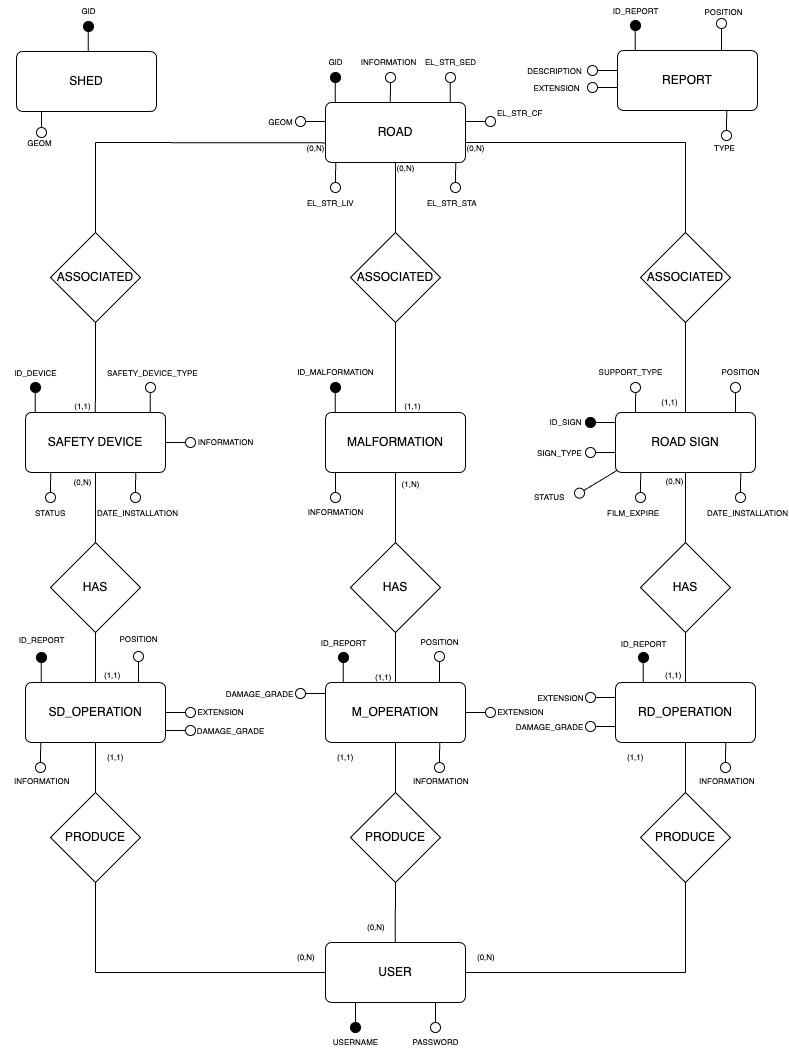
gianlucarossi15/GIS keeps this draw.io diagram as latex/images/ER.png. Above is the earlier version. Source tidied: cells renumbered, new cells last; positions are measured from the earlier drawing's top-left corner, leaving out a move shared by most shapes.
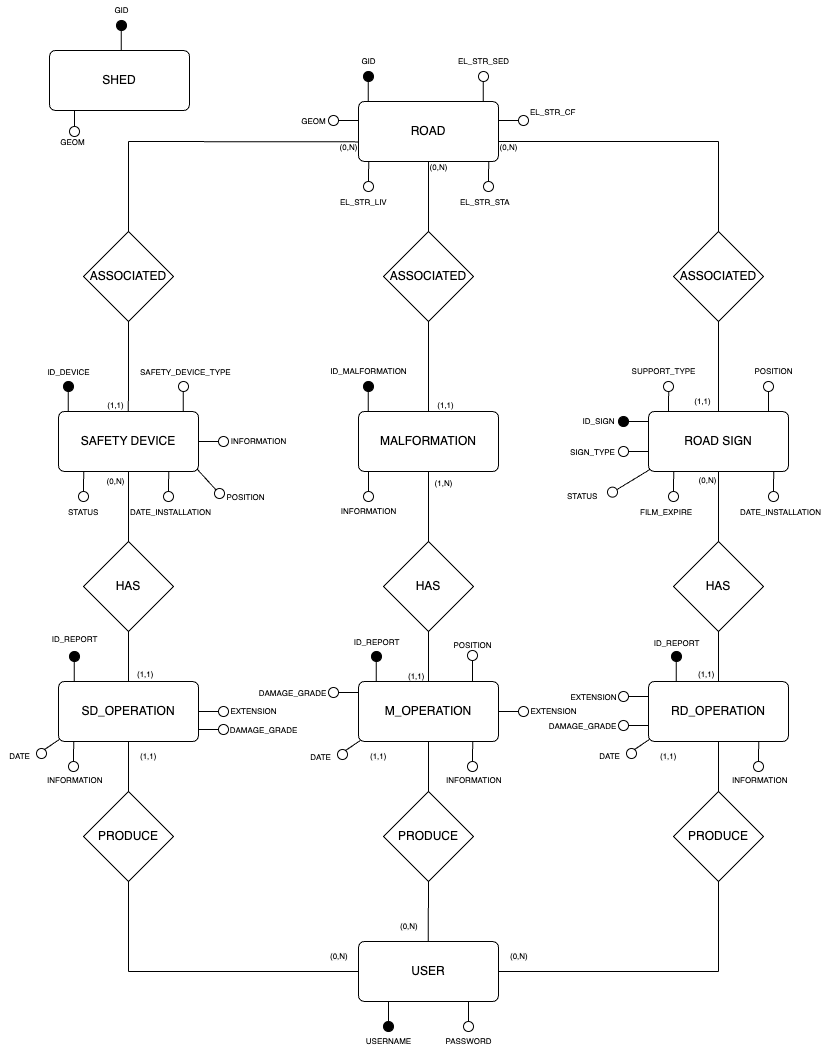
Later version of the same file.

The edit, as a diff of the source:
```diff
@@ -14,17 +14,15 @@
     <mxCell id="4" value="GID" style="text;html=1;align=center;verticalAlign=middle;strokeColor=none;fillColor=none;fontSize=8;" parent="1" vertex="1">
       <mxGeometry x="315" y="52" width="40" height="20" as="geometry" />
     </mxCell>
-    <mxCell id="5" style="endArrow=none;html=1;rounded=0;" parent="1" edge="1" source="15">
+    <mxCell id="5" style="endArrow=none;html=1;rounded=0;" parent="1" edge="1">
       <mxGeometry relative="1" as="geometry">
+        <mxPoint x="390" y="72" as="sourcePoint" />
         <mxPoint x="389.8" y="72" as="targetPoint" />
       </mxGeometry>
     </mxCell>
     <mxCell id="6" style="ellipse;whiteSpace=wrap;html=1;gradientColor=none;fillColor=#000000;" parent="1" vertex="1">
       <mxGeometry x="330" y="72" width="10" height="10" as="geometry" />
     </mxCell>
-    <mxCell id="7" value="&lt;font style=&quot;font-size: 8px;&quot;&gt;INFORMATION&lt;/font&gt;" style="text;html=1;align=center;verticalAlign=middle;strokeColor=none;fillColor=none;fontSize=8;" parent="1" vertex="1">
-      <mxGeometry x="348" y="52" width="80" height="20" as="geometry" />
-    </mxCell>
     <mxCell id="8" style="endArrow=none;html=1;rounded=0;" parent="1" edge="1">
       <mxGeometry relative="1" as="geometry">
         <mxPoint x="449.8" y="102" as="sourcePoint" />
@@ -48,14 +46,6 @@
     <mxCell id="13" value="EL_STR_CF" style="text;whiteSpace=wrap;horizontal=1;fontSize=8;direction=west;" parent="1" vertex="1">
       <mxGeometry x="495" y="102" width="60" height="20" as="geometry" />
     </mxCell>
-    <mxCell id="14" style="endArrow=none;html=1;rounded=0;" parent="1" edge="1" target="15">
-      <mxGeometry relative="1" as="geometry">
-        <mxPoint x="389.8" y="102" as="sourcePoint" />
-      </mxGeometry>
-    </mxCell>
-    <mxCell id="15" style="ellipse;whiteSpace=wrap;html=1;gradientColor=none;fillColor=#FFFFFF;" parent="1" vertex="1">
-      <mxGeometry x="385" y="72" width="10" height="10" as="geometry" />
-    </mxCell>
     <mxCell id="16" value="EL_STR_SED" style="text;html=1;align=center;verticalAlign=middle;strokeColor=none;fillColor=none;fontSize=8;" parent="1" vertex="1">
       <mxGeometry x="415" y="52" width="70" height="20" as="geometry" />
     </mxCell>
@@ -179,7 +169,7 @@
       <mxGeometry x="434" y="651" width="10" height="10" as="geometry" />
     </mxCell>
     <mxCell id="45" value="POSITION" style="text;html=1;align=center;verticalAlign=middle;strokeColor=none;fillColor=none;fontSize=8;" parent="1" vertex="1">
-      <mxGeometry x="409" y="632" width="60" height="20" as="geometry" />
+      <mxGeometry x="409" y="636" width="60" height="20" as="geometry" />
     </mxCell>
     <mxCell id="46" value="ROAD SIGN" style="rounded=1;arcSize=10;whiteSpace=wrap;html=1;align=center;" parent="1" vertex="1">
       <mxGeometry x="615" y="412" width="140" height="60" as="geometry" />
@@ -635,15 +625,15 @@
     </mxCell>
     <mxCell id="156" style="endArrow=none;html=1;rounded=0;" parent="1" edge="1">
       <mxGeometry relative="1" as="geometry">
-        <mxPoint x="138" y="682" as="sourcePoint" />
-        <mxPoint x="138" y="652" as="targetPoint" />
+        <mxPoint x="183" y="491" as="sourcePoint" />
+        <mxPoint x="164" y="470" as="targetPoint" />
       </mxGeometry>
     </mxCell>
     <mxCell id="157" style="ellipse;whiteSpace=wrap;html=1;gradientColor=none;fillColor=#FFFFFF;" parent="1" vertex="1">
-      <mxGeometry x="133" y="651" width="10" height="10" as="geometry" />
+      <mxGeometry x="181" y="489" width="10" height="10" as="geometry" />
     </mxCell>
     <mxCell id="158" value="POSITION" style="text;html=1;align=center;verticalAlign=middle;strokeColor=none;fillColor=none;fontSize=8;" parent="1" vertex="1">
-      <mxGeometry x="108" y="629" width="60" height="20" as="geometry" />
+      <mxGeometry x="182" y="488" width="60" height="20" as="geometry" />
     </mxCell>
     <mxCell id="159" value="INFORMATION" style="text;whiteSpace=wrap;horizontal=1;fontSize=8;" parent="1" vertex="1">
       <mxGeometry x="12" y="770" width="60" height="20" as="geometry" />
@@ -751,67 +741,41 @@
     <mxCell id="188" value="&lt;span style=&quot;color: rgb(0, 0, 0); font-family: Helvetica; font-size: 8px; font-style: normal; font-variant-ligatures: normal; font-variant-caps: normal; font-weight: 400; letter-spacing: normal; orphans: 2; text-align: center; text-indent: 0px; text-transform: none; widows: 2; word-spacing: 0px; -webkit-text-stroke-width: 0px; background-color: rgb(251, 251, 251); text-decoration-thickness: initial; text-decoration-style: initial; text-decoration-color: initial; float: none; display: inline !important;&quot;&gt;(1,1)&lt;/span&gt;" style="text;whiteSpace=wrap;html=1;" parent="1" vertex="1">
       <mxGeometry x="663" y="660" width="20" height="20" as="geometry" />
     </mxCell>
-    <mxCell id="189" value="REPORT" style="rounded=1;arcSize=10;whiteSpace=wrap;html=1;align=center;" parent="1" vertex="1">
-      <mxGeometry x="617" y="50" width="140" height="60" as="geometry" />
-    </mxCell>
-    <mxCell id="190" style="endArrow=none;html=1;rounded=0;" parent="1" edge="1">
-      <mxGeometry relative="1" as="geometry">
-        <mxPoint x="634.8" y="50" as="sourcePoint" />
-        <mxPoint x="634.8" y="20" as="targetPoint" />
-      </mxGeometry>
-    </mxCell>
-    <mxCell id="191" value="ID_REPORT" style="text;html=1;align=center;verticalAlign=middle;strokeColor=none;fillColor=none;fontSize=8;" parent="1" vertex="1">
-      <mxGeometry x="603" width="64" height="22" as="geometry" />
-    </mxCell>
-    <mxCell id="192" style="ellipse;whiteSpace=wrap;html=1;gradientColor=none;fillColor=#000000;" parent="1" vertex="1">
-      <mxGeometry x="630" y="20" width="10" height="10" as="geometry" />
-    </mxCell>
-    <mxCell id="193" style="endArrow=none;html=1;rounded=0;" parent="1" edge="1">
-      <mxGeometry relative="1" as="geometry">
-        <mxPoint x="721" y="50" as="sourcePoint" />
-        <mxPoint x="721" y="20" as="targetPoint" />
-      </mxGeometry>
-    </mxCell>
-    <mxCell id="194" style="ellipse;whiteSpace=wrap;html=1;gradientColor=none;fillColor=#FFFFFF;" parent="1" vertex="1">
-      <mxGeometry x="716" y="18" width="10" height="10" as="geometry" />
-    </mxCell>
-    <mxCell id="195" value="POSITION" style="text;html=1;align=center;verticalAlign=middle;strokeColor=none;fillColor=none;fontSize=8;" parent="1" vertex="1">
-      <mxGeometry x="693" y="2" width="60" height="20" as="geometry" />
-    </mxCell>
-    <mxCell id="196" style="endArrow=none;html=1;rounded=0;entryX=0;entryY=0.167;entryDx=0;entryDy=0;entryPerimeter=0;" parent="1" edge="1">
-      <mxGeometry relative="1" as="geometry">
-        <mxPoint x="616.8" y="70" as="sourcePoint" />
-        <mxPoint x="597" y="70" as="targetPoint" />
-      </mxGeometry>
-    </mxCell>
-    <mxCell id="197" style="ellipse;whiteSpace=wrap;html=1;gradientColor=none;fillColor=#FFFFFF;" parent="1" vertex="1">
-      <mxGeometry x="587" y="65" width="10" height="10" as="geometry" />
-    </mxCell>
-    <mxCell id="198" value="DESCRIPTION" style="text;html=1;align=center;verticalAlign=middle;strokeColor=none;fillColor=none;fontSize=8;" parent="1" vertex="1">
-      <mxGeometry x="518" y="60" width="73" height="22" as="geometry" />
-    </mxCell>
-    <mxCell id="199" style="endArrow=none;html=1;rounded=0;entryX=0;entryY=0.167;entryDx=0;entryDy=0;entryPerimeter=0;" parent="1" edge="1">
-      <mxGeometry relative="1" as="geometry">
-        <mxPoint x="616.8" y="87" as="sourcePoint" />
-        <mxPoint x="597" y="87" as="targetPoint" />
-      </mxGeometry>
-    </mxCell>
-    <mxCell id="200" style="ellipse;whiteSpace=wrap;html=1;gradientColor=none;fillColor=#FFFFFF;" parent="1" vertex="1">
-      <mxGeometry x="587" y="82" width="10" height="10" as="geometry" />
-    </mxCell>
-    <mxCell id="201" value="EXTENSION" style="text;html=1;align=center;verticalAlign=middle;strokeColor=none;fillColor=none;fontSize=8;" parent="1" vertex="1">
-      <mxGeometry x="524" y="77" width="64" height="22" as="geometry" />
-    </mxCell>
-    <mxCell id="202" value="TYPE" style="text;whiteSpace=wrap;horizontal=1;fontSize=8;" parent="1" vertex="1">
-      <mxGeometry x="712" y="137" width="27" height="20" as="geometry" />
-    </mxCell>
-    <mxCell id="203" style="endArrow=none;html=1;rounded=0;" parent="1" edge="1" target="204">
-      <mxGeometry relative="1" as="geometry">
-        <mxPoint x="726.2" y="110" as="sourcePoint" />
-      </mxGeometry>
-    </mxCell>
-    <mxCell id="204" style="ellipse;whiteSpace=wrap;html=1;gradientColor=none;fillColor=#FFFFFF;direction=west;flipV=1;flipH=1;" parent="1" vertex="1">
-      <mxGeometry x="721" y="130" width="10" height="10" as="geometry" />
-    </mxCell>
+    <mxCell id="205" style="ellipse;whiteSpace=wrap;html=1;gradientColor=none;fillColor=#FFFFFF;" parent="1" vertex="1">
+      <mxGeometry x="304" y="750" width="10" height="10" as="geometry" />
+    </mxCell>
+    <mxCell id="206" style="endArrow=none;html=1;rounded=0;" parent="1" edge="1">
+      <mxGeometry relative="1" as="geometry">
+        <mxPoint x="326.8" y="741" as="sourcePoint" />
+        <mxPoint x="312" y="751" as="targetPoint" />
+      </mxGeometry>
+    </mxCell>
+    <mxCell id="207" value="DATE" style="text;html=1;align=center;verticalAlign=middle;strokeColor=none;fillColor=none;fontSize=8;" parent="1" vertex="1">
+      <mxGeometry x="267" y="747" width="39" height="22" as="geometry" />
+    </mxCell>
+    <mxCell id="208" style="ellipse;whiteSpace=wrap;html=1;gradientColor=none;fillColor=#FFFFFF;" parent="1" vertex="1">
+      <mxGeometry x="593" y="749" width="10" height="10" as="geometry" />
+    </mxCell>
+    <mxCell id="209" style="endArrow=none;html=1;rounded=0;" parent="1" edge="1">
+      <mxGeometry relative="1" as="geometry">
+        <mxPoint x="615.8" y="740" as="sourcePoint" />
+        <mxPoint x="601" y="750" as="targetPoint" />
+      </mxGeometry>
+    </mxCell>
+    <mxCell id="210" value="DATE" style="text;html=1;align=center;verticalAlign=middle;strokeColor=none;fillColor=none;fontSize=8;" parent="1" vertex="1">
+      <mxGeometry x="556" y="746" width="39" height="22" as="geometry" />
+    </mxCell>
+    <mxCell id="211" style="ellipse;whiteSpace=wrap;html=1;gradientColor=none;fillColor=#FFFFFF;" parent="1" vertex="1">
+      <mxGeometry x="3" y="749" width="10" height="10" as="geometry" />
+    </mxCell>
+    <mxCell id="212" style="endArrow=none;html=1;rounded=0;" parent="1" edge="1">
+      <mxGeometry relative="1" as="geometry">
+        <mxPoint x="25.8" y="740" as="sourcePoint" />
+        <mxPoint x="11" y="750" as="targetPoint" />
+      </mxGeometry>
+    </mxCell>
+    <mxCell id="213" value="DATE" style="text;html=1;align=center;verticalAlign=middle;strokeColor=none;fillColor=none;fontSize=8;" parent="1" vertex="1">
+      <mxGeometry x="-34" y="746" width="39" height="22" as="geometry" />
+    </mxCell>
   </root>
 </mxGraphModel>
```
